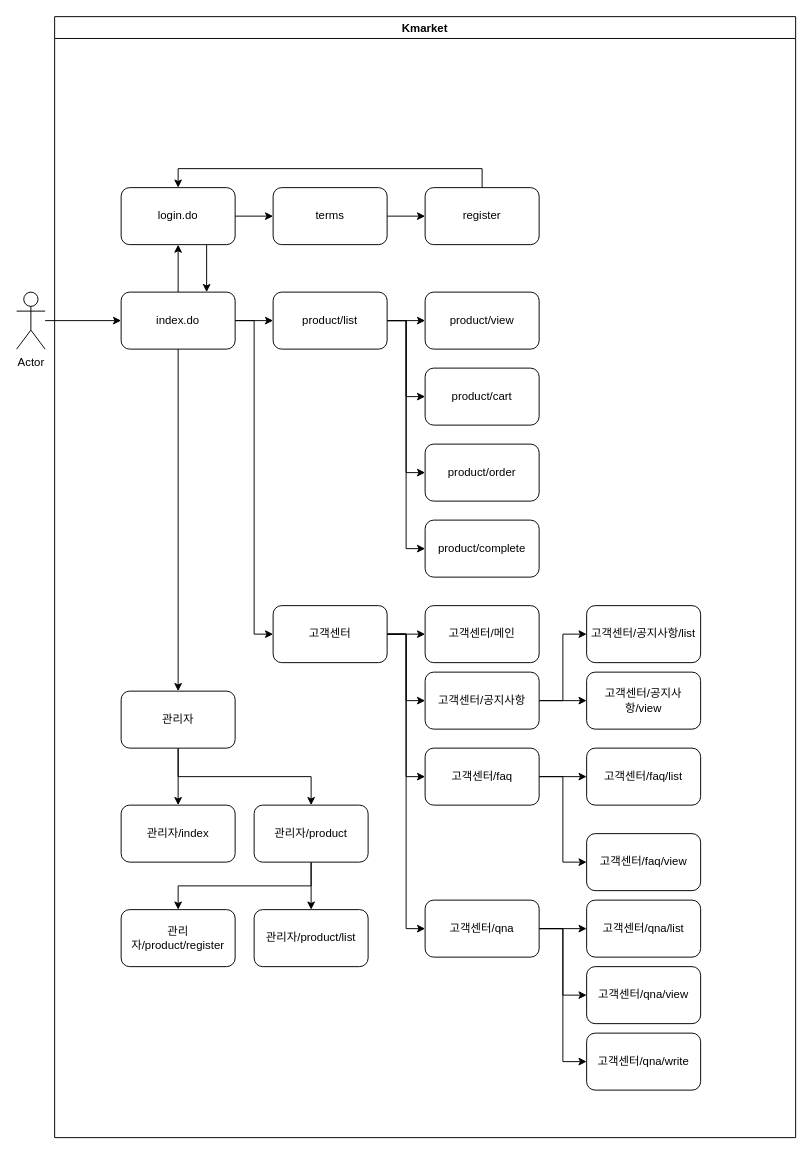
hochmun/Kmarket keeps this draw.io diagram as Kmarket_API.drawio. Above is the earlier version. Source tidied: cells renumbered, new cells numbered last; positions are measured from the earlier drawing's top-left corner, leaving out a move shared by most shapes. Both pictures are drawn from the tidied source at 95%, with x=0, y=0 at pixel (16, 16).
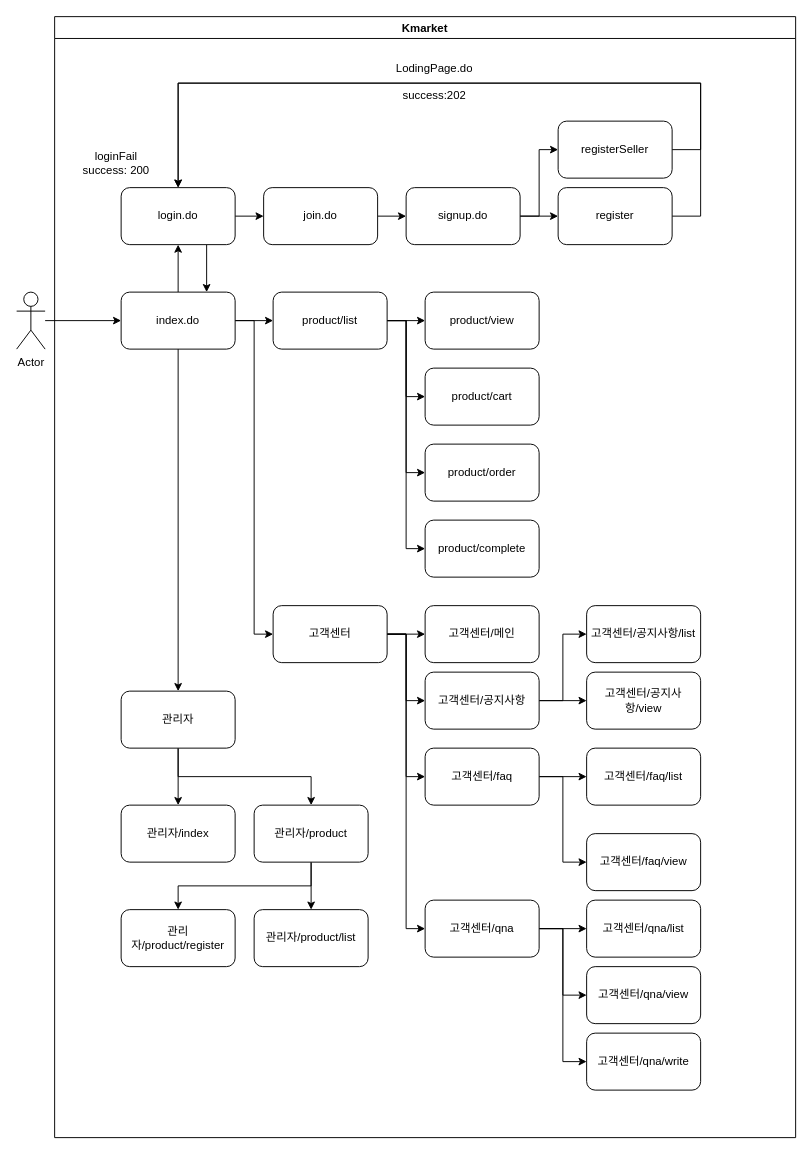
Above is the later version.

Unchanged cells that the change refers to:
```xml
<mxCell id="4" value="Kmarket" style="swimlane;" parent="1" vertex="1">
  <mxGeometry x="40" width="780" height="1180" as="geometry" />
</mxCell>
<mxCell id="12" value="login.do" style="rounded=1;whiteSpace=wrap;html=1;" parent="4" vertex="1">
  <mxGeometry x="70" y="180" width="120" height="60" as="geometry" />
</mxCell>
```

What changed in the source:
```diff
@@
-    <mxCell id="10" style="edgeStyle=orthogonalEdgeStyle;rounded=0;jettySize=auto;html=1;" parent="4" edge="1" source="12" target="14">
-      <mxGeometry relative="1" as="geometry" />
-    </mxCell>
@@
+    <mxCell id="58" style="edgeStyle=orthogonalEdgeStyle;rounded=0;jettySize=auto;html=1;exitX=1;exitY=0.5;exitDx=0;exitDy=0;entryX=0;entryY=0.5;entryDx=0;entryDy=0;" parent="4" edge="1" source="12" target="63">
+      <mxGeometry relative="1" as="geometry" />
+    </mxCell>
@@
+    <mxCell id="59" style="edgeStyle=orthogonalEdgeStyle;rounded=0;jettySize=auto;html=1;exitX=1;exitY=0.5;exitDx=0;exitDy=0;entryX=0;entryY=0.5;entryDx=0;entryDy=0;" parent="4" edge="1" source="14" target="61">
+      <mxGeometry relative="1" as="geometry" />
+    </mxCell>
-    <mxCell id="14" value="terms" style="rounded=1;whiteSpace=wrap;html=1;" parent="4" vertex="1">
-      <mxGeometry x="230" y="180" width="120" height="60" as="geometry" />
+    <mxCell id="14" value="signup.do" style="rounded=1;whiteSpace=wrap;html=1;" parent="4" vertex="1">
+      <mxGeometry x="370" y="180" width="120" height="60" as="geometry" />
     </mxCell>
-    <mxCell id="15" style="edgeStyle=orthogonalEdgeStyle;rounded=0;jettySize=auto;html=1;exitX=0.5;exitY=0;exitDx=0;exitDy=0;entryX=0.5;entryY=0;entryDx=0;entryDy=0;" parent="4" edge="1" source="16" target="12">
-      <mxGeometry relative="1" as="geometry" />
+    <mxCell id="15" style="edgeStyle=orthogonalEdgeStyle;rounded=0;jettySize=auto;html=1;exitX=1;exitY=0.5;exitDx=0;exitDy=0;entryX=0.5;entryY=0;entryDx=0;entryDy=0;" parent="4" edge="1" source="16" target="12">
+      <mxGeometry relative="1" as="geometry">
+        <Array as="points">
+          <mxPoint x="680" y="210" />
+          <mxPoint x="680" y="70" />
+          <mxPoint x="130" y="70" />
+        </Array>
+      </mxGeometry>
     </mxCell>
     <mxCell id="16" value="register" style="rounded=1;whiteSpace=wrap;html=1;" parent="4" vertex="1">
-      <mxGeometry x="390" y="180" width="120" height="60" as="geometry" />
+      <mxGeometry x="530" y="180" width="120" height="60" as="geometry" />
     </mxCell>
@@
+    <mxCell id="60" style="edgeStyle=orthogonalEdgeStyle;rounded=0;jettySize=auto;html=1;exitX=1;exitY=0.5;exitDx=0;exitDy=0;entryX=0.5;entryY=0;entryDx=0;entryDy=0;" parent="4" edge="1" source="61" target="12">
+      <mxGeometry relative="1" as="geometry">
+        <Array as="points">
+          <mxPoint x="680" y="140" />
+          <mxPoint x="680" y="70" />
+          <mxPoint x="130" y="70" />
+        </Array>
+      </mxGeometry>
+    </mxCell>
+    <mxCell id="61" value="registerSeller" style="rounded=1;whiteSpace=wrap;html=1;" parent="4" vertex="1">
+      <mxGeometry x="530" y="110" width="120" height="60" as="geometry" />
+    </mxCell>
+    <mxCell id="62" style="edgeStyle=orthogonalEdgeStyle;rounded=0;jettySize=auto;html=1;exitX=1;exitY=0.5;exitDx=0;exitDy=0;entryX=0;entryY=0.5;entryDx=0;entryDy=0;" parent="4" edge="1" source="63" target="14">
+      <mxGeometry relative="1" as="geometry" />
+    </mxCell>
+    <mxCell id="63" value="join.do" style="rounded=1;whiteSpace=wrap;html=1;" parent="4" vertex="1">
+      <mxGeometry x="220" y="180" width="120" height="60" as="geometry" />
+    </mxCell>
+    <mxCell id="64" value="LodingPage.do" style="text;strokeColor=none;fillColor=none;align=center;verticalAlign=middle;spacingLeft=4;spacingRight=4;overflow=hidden;whiteSpace=wrap;html=1;" parent="4" vertex="1">
+      <mxGeometry x="350" y="40" width="100" height="30" as="geometry" />
+    </mxCell>
+    <mxCell id="65" value="success:202" style="text;strokeColor=none;fillColor=none;align=center;verticalAlign=middle;spacingLeft=4;spacingRight=4;overflow=hidden;whiteSpace=wrap;html=1;" parent="4" vertex="1">
+      <mxGeometry x="355" y="70" width="90" height="26" as="geometry" />
+    </mxCell>
+    <mxCell id="66" value="loginFail&lt;br&gt;success: 200" style="text;strokeColor=none;fillColor=none;align=center;verticalAlign=middle;spacingLeft=4;spacingRight=4;overflow=hidden;whiteSpace=wrap;html=1;" parent="4" vertex="1">
+      <mxGeometry x="10" y="137" width="110" height="33" as="geometry" />
+    </mxCell>
```
